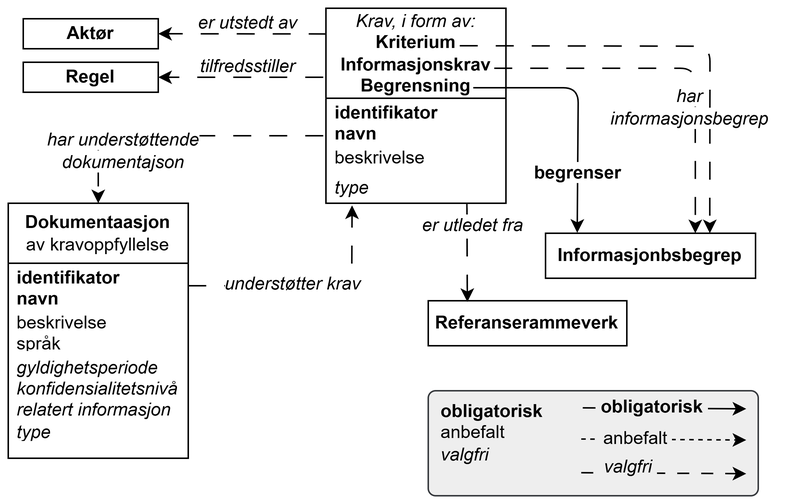
Earlier version of the draw.io export docs/images/CCCEV-AP-NO-forenklet-fremstilling.png (Informasjonsforvaltning/cccev-ap-no). Source tidied: cells renumbered, new cells last; positions are measured from the earlier drawing's top-left corner, leaving out a move shared by most shapes.
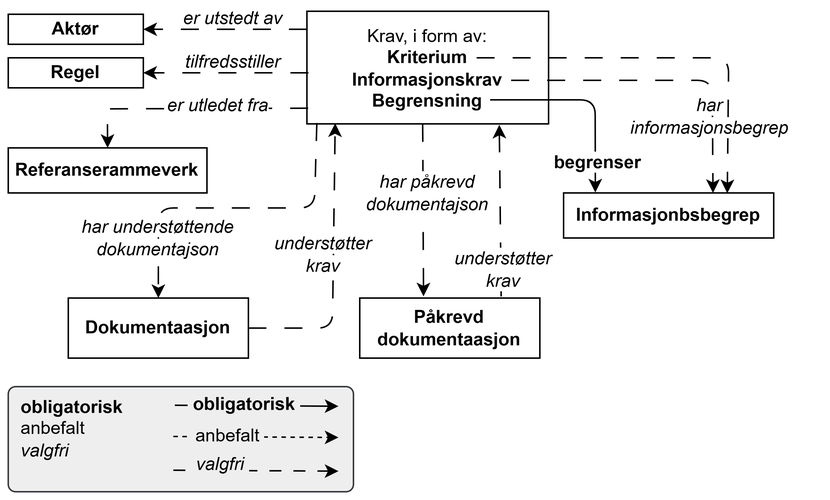
After the change.

Commit message:
legger til Påkrevd dokumentasjon

The edit, as a diff of the source:
```diff
@@ -2,111 +2,124 @@
   <root>
     <mxCell id="0" />
     <mxCell id="1" parent="0" />
-    <mxCell id="2" value="&lt;i style=&quot;&quot;&gt;Krav, i form av:&lt;/i&gt;&lt;div&gt;&lt;b style=&quot;background-color: transparent; color: light-dark(rgb(0, 0, 0), rgb(255, 255, 255));&quot;&gt;Kriterium&lt;/b&gt;&lt;/div&gt;&lt;div&gt;&lt;b style=&quot;background-color: transparent; color: light-dark(rgb(0, 0, 0), rgb(255, 255, 255));&quot;&gt;Informasjonskrav&lt;/b&gt;&lt;/div&gt;&lt;div&gt;&lt;b&gt;Begrensning&lt;/b&gt;&lt;/div&gt;" style="swimlane;fontStyle=0;horizontal=1;startSize=60;whiteSpace=wrap;html=1;" parent="1" vertex="1">
-      <mxGeometry x="211.8" width="120" height="130" as="geometry" />
+    <mxCell id="2" value="Krav, i form av:&lt;br&gt;&lt;b&gt;Kriterium&lt;/b&gt;&lt;br&gt;&lt;b&gt;Informasjonskrav&lt;/b&gt;&lt;br&gt;&lt;b&gt;Begrensning&lt;/b&gt;" style="rounded=0;whiteSpace=wrap;html=1;" parent="1" vertex="1">
+      <mxGeometry x="149" y="-125" width="161" height="75" as="geometry" />
     </mxCell>
-    <mxCell id="3" value="&lt;b&gt;identifikator&lt;/b&gt;&lt;div&gt;&lt;b&gt;navn&lt;/b&gt;&lt;/div&gt;" style="text;strokeColor=none;fillColor=none;align=left;verticalAlign=middle;spacingLeft=4;spacingRight=4;overflow=hidden;whiteSpace=wrap;html=1;" parent="2" vertex="1">
-      <mxGeometry y="60" width="120" height="30" as="geometry" />
-    </mxCell>
-    <mxCell id="4" value="beskrivelse" style="text;strokeColor=none;fillColor=none;align=left;verticalAlign=middle;spacingLeft=4;spacingRight=4;overflow=hidden;whiteSpace=wrap;html=1;" parent="2" vertex="1">
-      <mxGeometry y="90" width="120" height="20" as="geometry" />
-    </mxCell>
-    <mxCell id="5" value="&lt;i&gt;type&lt;/i&gt;" style="text;strokeColor=none;fillColor=none;align=left;verticalAlign=middle;spacingLeft=4;spacingRight=4;overflow=hidden;points=[[0,0.5],[1,0.5]];portConstraint=eastwest;whiteSpace=wrap;html=1;" parent="2" vertex="1">
-      <mxGeometry y="110" width="120" height="20" as="geometry" />
-    </mxCell>
     <mxCell id="6" value="&lt;b&gt;Aktør&lt;/b&gt;" style="rounded=0;whiteSpace=wrap;html=1;" parent="1" vertex="1">
-      <mxGeometry x="10" y="7" width="90" height="20" as="geometry" />
+      <mxGeometry x="-50" y="-123" width="90" height="20" as="geometry" />
     </mxCell>
-    <mxCell id="7" style="endArrow=classic;html=1;rounded=0;entryX=1;entryY=0.5;entryDx=0;entryDy=0;dashed=1;dashPattern=12 12;exitX=0.004;exitY=0.171;exitDx=0;exitDy=0;exitPerimeter=0;" parent="1" edge="1" target="6">
+    <mxCell id="7" style="endArrow=classic;html=1;rounded=0;entryX=1;entryY=0.5;entryDx=0;entryDy=0;dashed=1;dashPattern=12 12;" parent="1" edge="1" target="6">
       <mxGeometry relative="1" as="geometry">
-        <mxPoint x="212.3" y="17.1" as="sourcePoint" />
+        <mxPoint x="149" y="-113" as="sourcePoint" />
       </mxGeometry>
     </mxCell>
     <mxCell id="8" value="&lt;b&gt;Regel&lt;/b&gt;" style="rounded=0;whiteSpace=wrap;html=1;" parent="1" vertex="1">
-      <mxGeometry x="10" y="36" width="90" height="20" as="geometry" />
+      <mxGeometry x="-50" y="-94" width="90" height="20" as="geometry" />
     </mxCell>
     <mxCell id="9" style="endArrow=classic;html=1;rounded=0;entryX=1;entryY=0.5;entryDx=0;entryDy=0;dashed=1;dashPattern=12 12;" parent="1" edge="1" target="8">
       <mxGeometry relative="1" as="geometry">
-        <mxPoint x="210" y="46" as="sourcePoint" />
+        <mxPoint x="150" y="-84" as="sourcePoint" />
       </mxGeometry>
     </mxCell>
     <mxCell id="10" value="&lt;span style=&quot;background-color: rgb(255, 255, 255);&quot;&gt;&lt;i&gt;er utstedt av&lt;/i&gt;&lt;br&gt;&lt;/span&gt;" style="text;html=1;strokeColor=none;fillColor=none;align=center;verticalAlign=middle;whiteSpace=wrap;rounded=0;" parent="1" vertex="1">
-      <mxGeometry x="120" y="5" width="80" height="10" as="geometry" />
+      <mxGeometry x="60" y="-125" width="80" height="10" as="geometry" />
     </mxCell>
     <mxCell id="11" value="&lt;span style=&quot;background-color: rgb(255, 255, 255);&quot;&gt;&lt;i&gt;tilfredsstiller&lt;/i&gt;&lt;br&gt;&lt;/span&gt;" style="text;html=1;strokeColor=none;fillColor=none;align=center;verticalAlign=middle;whiteSpace=wrap;rounded=0;" parent="1" vertex="1">
-      <mxGeometry x="120" y="34" width="80" height="10" as="geometry" />
+      <mxGeometry x="60" y="-96" width="80" height="10" as="geometry" />
     </mxCell>
-    <mxCell id="12" style="endArrow=classic;html=1;rounded=1;entryX=0.5;entryY=0;entryDx=0;entryDy=0;curved=0;dashed=1;dashPattern=12 12;" parent="1" edge="1" target="33">
-      <mxGeometry relative="1" as="geometry">
-        <mxPoint x="210" y="85" as="sourcePoint" />
-        <Array as="points">
-          <mxPoint x="60" y="85" />
-        </Array>
-      </mxGeometry>
+    <mxCell id="12" style="endArrow=classic;html=1;rounded=1;curved=0;dashed=1;dashPattern=12 12;exitX=0.479;exitY=1;exitDx=0;exitDy=0;entryX=0.354;entryY=-0.028;entryDx=0;entryDy=0;entryPerimeter=0;exitPerimeter=0;" parent="1" edge="1" source="2" target="38">
+      <mxGeometry relative="1" as="geometry" />
     </mxCell>
-    <mxCell id="13" value="&lt;span style=&quot;background-color: rgb(255, 255, 255);&quot;&gt;&lt;i&gt;har understøttende dokumentajson&lt;/i&gt;&lt;br&gt;&lt;/span&gt;" style="text;html=1;strokeColor=none;fillColor=none;align=center;verticalAlign=middle;whiteSpace=wrap;rounded=0;" parent="1" vertex="1">
-      <mxGeometry x="20" y="85" width="113.6" height="20" as="geometry" />
-    </mxCell>
-    <mxCell id="14" style="endArrow=classic;html=1;rounded=1;curved=0;dashed=1;dashPattern=12 12;entryX=0.145;entryY=1.071;entryDx=0;entryDy=0;entryPerimeter=0;" parent="1" edge="1" target="5">
+    <mxCell id="14" style="endArrow=classic;html=1;rounded=1;curved=0;dashed=1;dashPattern=12 12;entryX=0.117;entryY=0.995;entryDx=0;entryDy=0;entryPerimeter=0;exitX=1;exitY=0.5;exitDx=0;exitDy=0;" parent="1" edge="1" source="39" target="2">
       <mxGeometry relative="1" as="geometry">
-        <mxPoint x="120" y="185" as="sourcePoint" />
         <Array as="points">
-          <mxPoint x="229" y="185" />
+          <mxPoint x="166" y="86" />
         </Array>
       </mxGeometry>
     </mxCell>
-    <mxCell id="15" value="&lt;span style=&quot;background-color: rgb(255, 255, 255);&quot;&gt;&lt;i&gt;understøtter krav&lt;/i&gt;&lt;br&gt;&lt;/span&gt;" style="text;html=1;strokeColor=none;fillColor=none;align=center;verticalAlign=middle;whiteSpace=wrap;rounded=0;" parent="1" vertex="1">
-      <mxGeometry x="140" y="173" width="100" height="22" as="geometry" />
+    <mxCell id="15" value="&lt;span style=&quot;background-color: rgb(255, 255, 255);&quot;&gt;&lt;i&gt;understøtter&lt;/i&gt;&lt;/span&gt;&lt;div&gt;&lt;span style=&quot;background-color: rgb(255, 255, 255);&quot;&gt;&lt;i&gt;krav&lt;/i&gt;&lt;br&gt;&lt;/span&gt;&lt;/div&gt;" style="text;html=1;strokeColor=none;fillColor=none;align=center;verticalAlign=middle;whiteSpace=wrap;rounded=0;" parent="1" vertex="1">
+      <mxGeometry x="120" y="26" width="80" height="22" as="geometry" />
     </mxCell>
     <mxCell id="16" value="&lt;b&gt;Referanserammeverk&lt;/b&gt;" style="rounded=0;whiteSpace=wrap;html=1;fillColor=none;strokeColor=#000000;" parent="1" vertex="1">
-      <mxGeometry x="280" y="195" width="132.4" height="30" as="geometry" />
+      <mxGeometry x="-50" y="-34" width="132.4" height="30" as="geometry" />
     </mxCell>
-    <mxCell id="17" style="endArrow=classic;html=1;rounded=0;entryX=0.197;entryY=0.027;entryDx=0;entryDy=0;dashed=1;dashPattern=12 12;exitX=0.783;exitY=0.976;exitDx=0;exitDy=0;exitPerimeter=0;entryPerimeter=0;" parent="1" edge="1" source="5" target="16">
-      <mxGeometry relative="1" as="geometry" />
+    <mxCell id="17" style="endArrow=classic;html=1;rounded=0;entryX=0.5;entryY=0;entryDx=0;entryDy=0;dashed=1;dashPattern=12 12;exitX=0.005;exitY=0.861;exitDx=0;exitDy=0;exitPerimeter=0;" parent="1" edge="1" source="2" target="16">
+      <mxGeometry relative="1" as="geometry">
+        <Array as="points">
+          <mxPoint x="16" y="-60" />
+        </Array>
+      </mxGeometry>
     </mxCell>
-    <mxCell id="18" value="&lt;span style=&quot;background-color: rgb(255, 255, 255);&quot;&gt;&lt;i&gt;er utledet fra&lt;/i&gt;&lt;br&gt;&lt;/span&gt;" style="text;html=1;strokeColor=none;fillColor=none;align=center;verticalAlign=middle;whiteSpace=wrap;rounded=0;" parent="1" vertex="1">
-      <mxGeometry x="270" y="135" width="80" height="20" as="geometry" />
-    </mxCell>
     <mxCell id="19" value="&lt;b&gt;Informasjonbsbegrep&lt;/b&gt;" style="rounded=0;whiteSpace=wrap;html=1;fillColor=none;strokeColor=#000000;" parent="1" vertex="1">
-      <mxGeometry x="358.2" y="150" width="140" height="30" as="geometry" />
+      <mxGeometry x="320" y="-4" width="140" height="30" as="geometry" />
     </mxCell>
-    <mxCell id="20" style="endArrow=classic;html=1;rounded=1;curved=0;dashed=1;dashPattern=12 12;entryX=0.798;entryY=-0.01;entryDx=0;entryDy=0;entryPerimeter=0;" parent="1" edge="1">
+    <mxCell id="20" style="endArrow=classic;html=1;rounded=1;curved=0;dashed=1;dashPattern=12 12;entryX=0.779;entryY=0.007;entryDx=0;entryDy=0;entryPerimeter=0;" parent="1" edge="1" target="19">
       <mxGeometry relative="1" as="geometry">
-        <mxPoint x="301" y="25" as="sourcePoint" />
-        <mxPoint x="467.7" y="150" as="targetPoint" />
+        <mxPoint x="262" y="-94" as="sourcePoint" />
         <Array as="points">
-          <mxPoint x="467.8" y="25.3" />
+          <mxPoint x="430" y="-94" />
         </Array>
       </mxGeometry>
     </mxCell>
     <mxCell id="21" style="endArrow=classic;html=1;rounded=1;entryX=0.151;entryY=-0.01;entryDx=0;entryDy=0;curved=0;entryPerimeter=0;" parent="1" edge="1" target="19">
       <mxGeometry relative="1" as="geometry">
-        <mxPoint x="310" y="53" as="sourcePoint" />
+        <mxPoint x="271" y="-66" as="sourcePoint" />
         <Array as="points">
-          <mxPoint x="380" y="53" />
+          <mxPoint x="341" y="-66" />
         </Array>
       </mxGeometry>
     </mxCell>
     <mxCell id="22" value="&lt;span style=&quot;background-color: rgb(255, 255, 255);&quot;&gt;&lt;b&gt;begrenser&lt;/b&gt;&lt;br&gt;&lt;/span&gt;" style="text;html=1;strokeColor=none;fillColor=none;align=center;verticalAlign=middle;whiteSpace=wrap;rounded=0;" parent="1" vertex="1">
-      <mxGeometry x="340" y="100" width="80" height="20" as="geometry" />
+      <mxGeometry x="302.8" y="-34" width="80" height="20" as="geometry" />
     </mxCell>
-    <mxCell id="23" style="endArrow=classic;html=1;rounded=1;curved=0;dashed=1;dashPattern=12 12;entryX=0.649;entryY=-0.01;entryDx=0;entryDy=0;entryPerimeter=0;" parent="1" edge="1">
+    <mxCell id="23" style="endArrow=classic;html=1;rounded=1;curved=0;dashed=1;dashPattern=12 12;entryX=0.711;entryY=0;entryDx=0;entryDy=0;entryPerimeter=0;" parent="1" edge="1" target="19">
       <mxGeometry relative="1" as="geometry">
-        <mxPoint x="324" y="40" as="sourcePoint" />
-        <mxPoint x="458" y="150" as="targetPoint" />
+        <mxPoint x="285" y="-79" as="sourcePoint" />
         <Array as="points">
-          <mxPoint x="458" y="40" />
+          <mxPoint x="419" y="-79" />
         </Array>
       </mxGeometry>
     </mxCell>
-    <mxCell id="24" style="group;" parent="1" vertex="1">
-      <mxGeometry x="280" y="255" width="220" height="70" as="geometry" />
-    </mxCell>
+    <mxCell id="37" value="&lt;span style=&quot;background-color: rgb(255, 255, 255);&quot;&gt;&lt;i&gt;har&lt;/i&gt;&lt;/span&gt;&lt;div&gt;&lt;span style=&quot;background-color: rgb(255, 255, 255);&quot;&gt;&lt;i&gt;informasjonsbegrep&lt;/i&gt;&lt;br&gt;&lt;/span&gt;&lt;/div&gt;" style="text;html=1;strokeColor=none;fillColor=none;align=center;verticalAlign=middle;whiteSpace=wrap;rounded=0;" parent="1" vertex="1">
+      <mxGeometry x="343" y="-65" width="149" height="20" as="geometry" />
+    </mxCell>
+    <mxCell id="38" value="&lt;b&gt;Påkrevd dokumentaasjon&lt;/b&gt;" style="rounded=0;whiteSpace=wrap;html=1;" parent="1" vertex="1">
+      <mxGeometry x="184.2" y="66" width="120" height="40" as="geometry" />
+    </mxCell>
+    <mxCell id="39" value="&lt;div&gt;&lt;b style=&quot;background-color: transparent; color: light-dark(rgb(0, 0, 0), rgb(255, 255, 255));&quot;&gt;Dokumentaasjon&lt;/b&gt;&lt;/div&gt;" style="rounded=0;whiteSpace=wrap;html=1;" parent="1" vertex="1">
+      <mxGeometry x="-10" y="66" width="120" height="40" as="geometry" />
+    </mxCell>
+    <mxCell id="18" value="&lt;span style=&quot;background-color: rgb(255, 255, 255);&quot;&gt;&lt;i&gt;er utledet fra&lt;/i&gt;&lt;br&gt;&lt;/span&gt;" style="text;html=1;strokeColor=none;fillColor=none;align=center;verticalAlign=middle;whiteSpace=wrap;rounded=0;" parent="1" vertex="1">
+      <mxGeometry x="50" y="-67" width="80" height="10" as="geometry" />
+    </mxCell>
+    <mxCell id="40" style="endArrow=classic;html=1;rounded=1;curved=0;dashed=1;dashPattern=12 12;entryX=0.5;entryY=0;entryDx=0;entryDy=0;exitX=0.041;exitY=0.992;exitDx=0;exitDy=0;exitPerimeter=0;" parent="1" edge="1" source="2" target="39">
+      <mxGeometry relative="1" as="geometry">
+        <Array as="points">
+          <mxPoint x="154" y="6" />
+          <mxPoint x="50" y="6" />
+        </Array>
+      </mxGeometry>
+    </mxCell>
+    <mxCell id="13" value="&lt;span style=&quot;background-color: rgb(255, 255, 255);&quot;&gt;&lt;i&gt;har understøttende dokumentajson&lt;/i&gt;&lt;br&gt;&lt;/span&gt;" style="text;html=1;strokeColor=none;fillColor=none;align=center;verticalAlign=middle;whiteSpace=wrap;rounded=0;" parent="1" vertex="1">
+      <mxGeometry x="-6.8" y="16" width="113.6" height="20" as="geometry" />
+    </mxCell>
+    <mxCell id="41" value="&lt;span style=&quot;background-color: rgb(255, 255, 255);&quot;&gt;&lt;i&gt;har påkrevd dokumentajson&lt;/i&gt;&lt;br&gt;&lt;/span&gt;" style="text;html=1;strokeColor=none;fillColor=none;align=center;verticalAlign=middle;whiteSpace=wrap;rounded=0;" parent="1" vertex="1">
+      <mxGeometry x="184.2" y="-14" width="90.6" height="20" as="geometry" />
+    </mxCell>
+    <mxCell id="42" style="endArrow=classic;html=1;rounded=1;curved=0;dashed=1;dashPattern=12 12;exitX=0.785;exitY=-0.026;exitDx=0;exitDy=0;exitPerimeter=0;entryX=0.796;entryY=1.008;entryDx=0;entryDy=0;entryPerimeter=0;" parent="1" edge="1" source="38" target="2">
+      <mxGeometry relative="1" as="geometry" />
+    </mxCell>
+    <mxCell id="43" value="&lt;span style=&quot;background-color: rgb(255, 255, 255);&quot;&gt;&lt;i&gt;understøtter&lt;/i&gt;&lt;/span&gt;&lt;div&gt;&lt;span style=&quot;background-color: rgb(255, 255, 255);&quot;&gt;&lt;i&gt;krav&lt;/i&gt;&lt;br&gt;&lt;/span&gt;&lt;/div&gt;" style="text;html=1;strokeColor=none;fillColor=none;align=center;verticalAlign=middle;whiteSpace=wrap;rounded=0;" parent="1" vertex="1">
+      <mxGeometry x="240" y="36" width="80" height="22" as="geometry" />
+    </mxCell>
+    <mxCell id="44" style="group;" parent="1" vertex="1">
+      <mxGeometry x="-50" y="125" width="230" height="70" as="geometry" />
+    </mxCell>
-    <mxCell id="25" value="&lt;b&gt;&amp;nbsp; obligatorisk&lt;/b&gt;&lt;div&gt;&lt;div&gt;&amp;nbsp; anbefalt&lt;/div&gt;&lt;div&gt;&amp;nbsp; &lt;i&gt;valgfri&lt;/i&gt;&lt;/div&gt;&lt;/div&gt;" style="rounded=1;whiteSpace=wrap;html=1;align=left;verticalAlign=top;arcSize=7;fillColor=#eeeeee;strokeColor=#36393d;" parent="24" vertex="1">
-      <mxGeometry width="220" height="70" as="geometry" />
+    <mxCell id="25" value="&lt;b&gt;&amp;nbsp; obligatorisk&lt;/b&gt;&lt;div&gt;&lt;div&gt;&amp;nbsp; anbefalt&lt;/div&gt;&lt;div&gt;&amp;nbsp; &lt;i&gt;valgfri&lt;/i&gt;&lt;/div&gt;&lt;/div&gt;" style="rounded=1;whiteSpace=wrap;html=1;align=left;verticalAlign=top;arcSize=7;fillColor=#eeeeee;strokeColor=#36393d;" parent="44" vertex="1">
+      <mxGeometry width="230" height="70" as="geometry" />
     </mxCell>
-    <mxCell id="26" style="group;" parent="24" vertex="1">
-      <mxGeometry x="102" y="1" width="110" height="60.8" as="geometry" />
+    <mxCell id="26" style="group;" parent="44" vertex="1">
+      <mxGeometry x="110" y="2" width="110" height="60.8" as="geometry" />
     </mxCell>
     <mxCell id="27" style="endArrow=classic;html=1;rounded=0;" parent="26" edge="1">
       <mxGeometry relative="1" as="geometry">
@@ -135,20 +148,5 @@
     <mxCell id="32" value="&lt;span style=&quot;background-color: rgb(238, 238, 238);&quot;&gt;&lt;i&gt;&amp;nbsp;valgfri&amp;nbsp;&lt;/i&gt;&lt;/span&gt;" style="text;html=1;align=center;verticalAlign=middle;whiteSpace=wrap;rounded=0;" parent="26" vertex="1">
       <mxGeometry x="5.7" y="40" width="51.2" height="20.8" as="geometry" />
     </mxCell>
-    <mxCell id="33" value="Dokumentaasjon&lt;div&gt;&lt;span style=&quot;font-weight: normal;&quot;&gt;av kravoppfyllelse&lt;/span&gt;&lt;/div&gt;" style="swimlane;whiteSpace=wrap;html=1;startSize=40;" parent="1" vertex="1">
-      <mxGeometry y="130" width="120" height="170" as="geometry" />
-    </mxCell>
-    <mxCell id="34" value="&lt;b&gt;identifikator&lt;/b&gt;&lt;div&gt;&lt;b&gt;navn&lt;/b&gt;&lt;/div&gt;" style="text;strokeColor=none;fillColor=none;align=left;verticalAlign=middle;spacingLeft=4;spacingRight=4;overflow=hidden;whiteSpace=wrap;html=1;" parent="33" vertex="1">
-      <mxGeometry y="40" width="80" height="30" as="geometry" />
-    </mxCell>
-    <mxCell id="35" value="beskrivelse&lt;div&gt;språk&lt;/div&gt;" style="text;strokeColor=none;fillColor=none;align=left;verticalAlign=middle;spacingLeft=4;spacingRight=4;overflow=hidden;whiteSpace=wrap;html=1;" parent="33" vertex="1">
-      <mxGeometry y="70" width="80" height="30" as="geometry" />
-    </mxCell>
-    <mxCell id="36" value="&lt;i&gt;gyldighetsperiode&lt;/i&gt;&lt;div&gt;&lt;i&gt;konfidensialitetsnivå&lt;/i&gt;&lt;/div&gt;&lt;div&gt;&lt;i&gt;relatert informasjon&lt;/i&gt;&lt;/div&gt;&lt;div&gt;&lt;i&gt;type&lt;/i&gt;&lt;/div&gt;" style="text;strokeColor=none;fillColor=none;align=left;verticalAlign=middle;spacingLeft=4;spacingRight=4;overflow=hidden;whiteSpace=wrap;html=1;" parent="33" vertex="1">
-      <mxGeometry y="100" width="130" height="60" as="geometry" />
-    </mxCell>
-    <mxCell id="37" value="&lt;span style=&quot;background-color: rgb(255, 255, 255);&quot;&gt;&lt;i&gt;har&lt;/i&gt;&lt;/span&gt;&lt;div&gt;&lt;span style=&quot;background-color: rgb(255, 255, 255);&quot;&gt;&lt;i&gt;informasjonsbegrep&lt;/i&gt;&lt;br&gt;&lt;/span&gt;&lt;/div&gt;" style="text;html=1;strokeColor=none;fillColor=none;align=center;verticalAlign=middle;whiteSpace=wrap;rounded=0;" parent="1" vertex="1">
-      <mxGeometry x="380" y="56" width="149" height="20" as="geometry" />
-    </mxCell>
   </root>
 </mxGraphModel>
```
